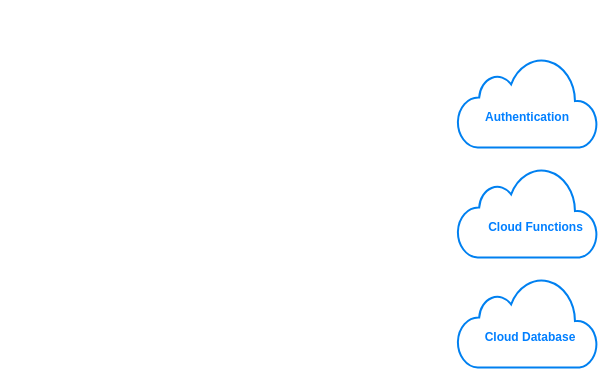
This is serverless.drawio from rbisoi/NXGCommerce, a draw.io file, before an edit. Source tidied: cells renumbered, new cells numbered last; positions are measured from the earlier drawing's top-left corner, leaving out a move shared by most shapes. Both pictures are drawn from the tidied source at 100%, with x=0, y=0 at pixel (457, 57).
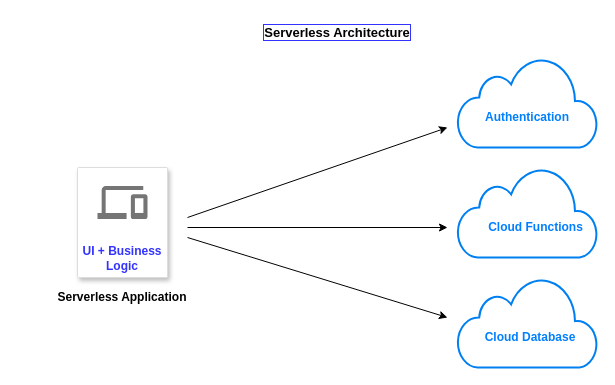
After the change.

What changed in the source:
```diff
@@
 <mxGraphModel>
   <root>
     <mxCell id="0" />
     <mxCell id="1" parent="0" />
     <mxCell id="2" style="html=1;verticalLabelPosition=bottom;align=center;labelBackgroundColor=#ffffff;verticalAlign=top;strokeWidth=2;strokeColor=#0080F0;shadow=0;dashed=0;shape=mxgraph.ios7.icons.cloud;" parent="1" vertex="1">
       <mxGeometry width="140" height="90" as="geometry" />
     </mxCell>
     <mxCell id="3" style="html=1;verticalLabelPosition=bottom;align=center;labelBackgroundColor=#ffffff;verticalAlign=top;strokeWidth=2;strokeColor=#0080F0;shadow=0;dashed=0;shape=mxgraph.ios7.icons.cloud;" parent="1" vertex="1">
       <mxGeometry y="110" width="140" height="90" as="geometry" />
     </mxCell>
     <mxCell id="4" style="html=1;verticalLabelPosition=bottom;align=center;labelBackgroundColor=#ffffff;verticalAlign=top;strokeWidth=2;strokeColor=#0080F0;shadow=0;dashed=0;shape=mxgraph.ios7.icons.cloud;" parent="1" vertex="1">
       <mxGeometry y="220" width="140" height="90" as="geometry" />
     </mxCell>
     <mxCell id="5" value="&lt;b&gt;Authentication&lt;/b&gt;" style="text;html=1;strokeColor=none;fillColor=none;align=center;verticalAlign=middle;whiteSpace=wrap;rounded=0;fontColor=#007FFF;" parent="1" vertex="1">
       <mxGeometry x="30" y="50" width="80" height="20" as="geometry" />
     </mxCell>
     <mxCell id="6" value="&lt;b&gt;Cloud Functions&lt;/b&gt;" style="text;html=1;strokeColor=none;fillColor=none;align=center;verticalAlign=middle;whiteSpace=wrap;rounded=0;fontColor=#007FFF;" parent="1" vertex="1">
       <mxGeometry x="30" y="160" width="97" height="20" as="geometry" />
     </mxCell>
     <mxCell id="7" value="&lt;b&gt;Cloud Database&lt;/b&gt;" style="text;html=1;strokeColor=none;fillColor=none;align=center;verticalAlign=middle;whiteSpace=wrap;rounded=0;fontColor=#007FFF;" parent="1" vertex="1">
       <mxGeometry x="23" y="270" width="100" height="20" as="geometry" />
     </mxCell>
+    <mxCell id="8" value="UI + Business Logic" style="strokeColor=#dddddd;shadow=1;strokeWidth=1;rounded=1;absoluteArcSize=1;arcSize=2;labelPosition=center;verticalLabelPosition=middle;align=center;verticalAlign=bottom;spacingLeft=0;fontSize=12;whiteSpace=wrap;spacingBottom=2;fontStyle=1;fontColor=#3333FF;" parent="1" vertex="1">
+      <mxGeometry x="-380" y="110" width="90" height="110" as="geometry" />
+    </mxCell>
+    <mxCell id="9" style="dashed=0;html=1;fillColor=#757575;strokeColor=none;shape=mxgraph.gcp2.desktop_and_mobile;" parent="8" vertex="1">
+      <mxGeometry x="0.5" width="50" height="33" relative="1" as="geometry">
+        <mxPoint x="-25" y="18.5" as="offset" />
+      </mxGeometry>
+    </mxCell>
+    <mxCell id="10" value="&lt;b style=&quot;font-size: 13px;&quot;&gt;&lt;font color=&quot;#000000&quot; style=&quot;font-size: 13px;&quot;&gt;Serverless Architecture&lt;/font&gt;&lt;/b&gt;" style="text;html=1;strokeColor=none;fillColor=none;align=center;verticalAlign=middle;whiteSpace=wrap;rounded=0;fontColor=#007FFF;labelBorderColor=#3333FF;fontSize=13;" parent="1" vertex="1">
+      <mxGeometry x="-320" y="-40" width="400" height="30" as="geometry" />
+    </mxCell>
+    <mxCell id="11" value="&lt;b&gt;&lt;font color=&quot;#000000&quot;&gt;Serverless Application&lt;/font&gt;&lt;/b&gt;" style="text;html=1;strokeColor=none;fillColor=none;align=center;verticalAlign=middle;whiteSpace=wrap;rounded=0;fontColor=#007FFF;labelBorderColor=none;" parent="1" vertex="1">
+      <mxGeometry x="-440" y="225" width="210" height="30" as="geometry" />
+    </mxCell>
+    <mxCell id="12" style="endArrow=classic;html=1;fontColor=#3333FF;" parent="1" edge="1">
+      <mxGeometry relative="1" as="geometry">
+        <mxPoint x="-270" y="160" as="sourcePoint" />
+        <mxPoint x="-10" y="70" as="targetPoint" />
+      </mxGeometry>
+    </mxCell>
+    <mxCell id="13" style="endArrow=classic;html=1;fontColor=#3333FF;" parent="1" edge="1">
+      <mxGeometry relative="1" as="geometry">
+        <mxPoint x="-270" y="170" as="sourcePoint" />
+        <mxPoint x="-10" y="170" as="targetPoint" />
+      </mxGeometry>
+    </mxCell>
+    <mxCell id="14" style="endArrow=classic;html=1;fontColor=#3333FF;" parent="1" edge="1">
+      <mxGeometry relative="1" as="geometry">
+        <mxPoint x="-270" y="180" as="sourcePoint" />
+        <mxPoint x="-10" y="260" as="targetPoint" />
+      </mxGeometry>
+    </mxCell>
   </root>
 </mxGraphModel>
```
